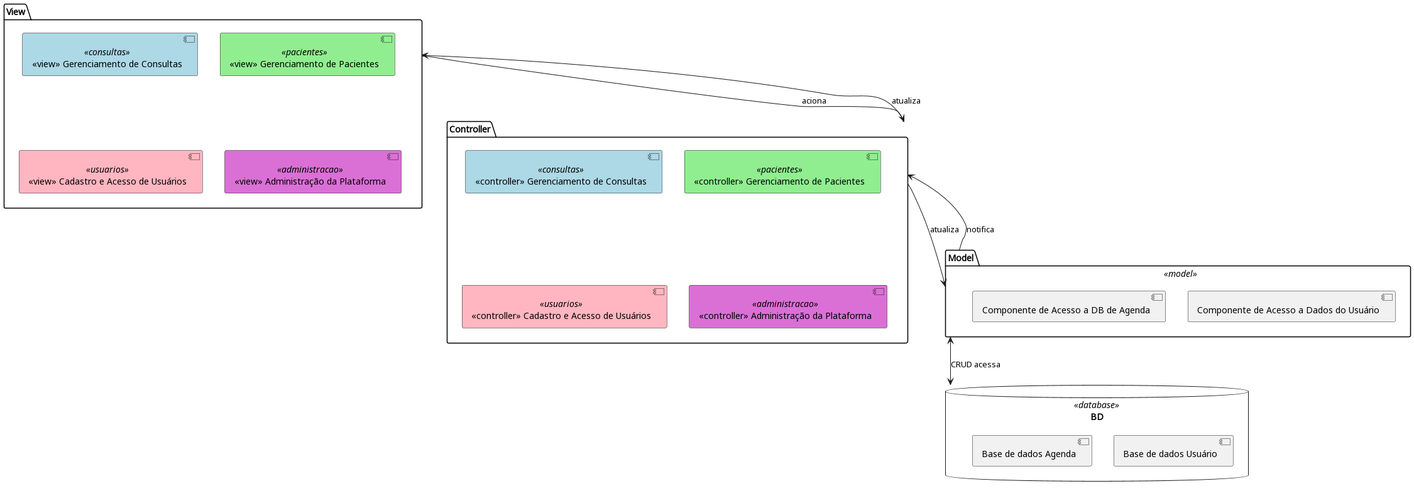
The PlantUML diagram out/componentes/mvc_diagram.png in catarinamoreiralima/apoo, before a commit. Source of this version:
```plantuml
@startuml mvc_diagram

skinparam component {
  backgroundColor<<consultas>> LightBlue
  backgroundColor<<pacientes>> LightGreen
  backgroundColor<<usuarios>> LightPink
  backgroundColor<<administracao>> Orchid
  backgroundColor<<model>> LightGray
  backgroundColor<<database>> Thistle
}

package "View" {
  [<<view>> Gerenciamento de Consultas] <<consultas>>
  [<<view>> Gerenciamento de Pacientes] <<pacientes>>
  [<<view>> Cadastro e Acesso de Usuários] <<usuarios>>
  [<<view>> Administração da Plataforma] <<administracao>>
}

package "Controller" {
  [<<controller>> Gerenciamento de Consultas] <<consultas>>
  [<<controller>> Gerenciamento de Pacientes] <<pacientes>>
  [<<controller>> Cadastro e Acesso de Usuários] <<usuarios>>
  [<<controller>> Administração da Plataforma] <<administracao>>
}

package "Model" <<model>> {
  [Componente de Acesso a Dados do Usuário]
  [Componente de Acesso a DB de Agenda]
}

database "BD" <<database>> {
  [Base de dados Usuário]
  [Base de dados Agenda]
}

View -[hidden]-> Controller
Controller -[hidden]-> Model
Model -[hidden]-> BD

View --> Controller : aciona
Controller --> View : atualiza
Controller --> Model : atualiza
Model --> Controller : notifica

Model <--> BD : CRUD acessa

@enduml
```
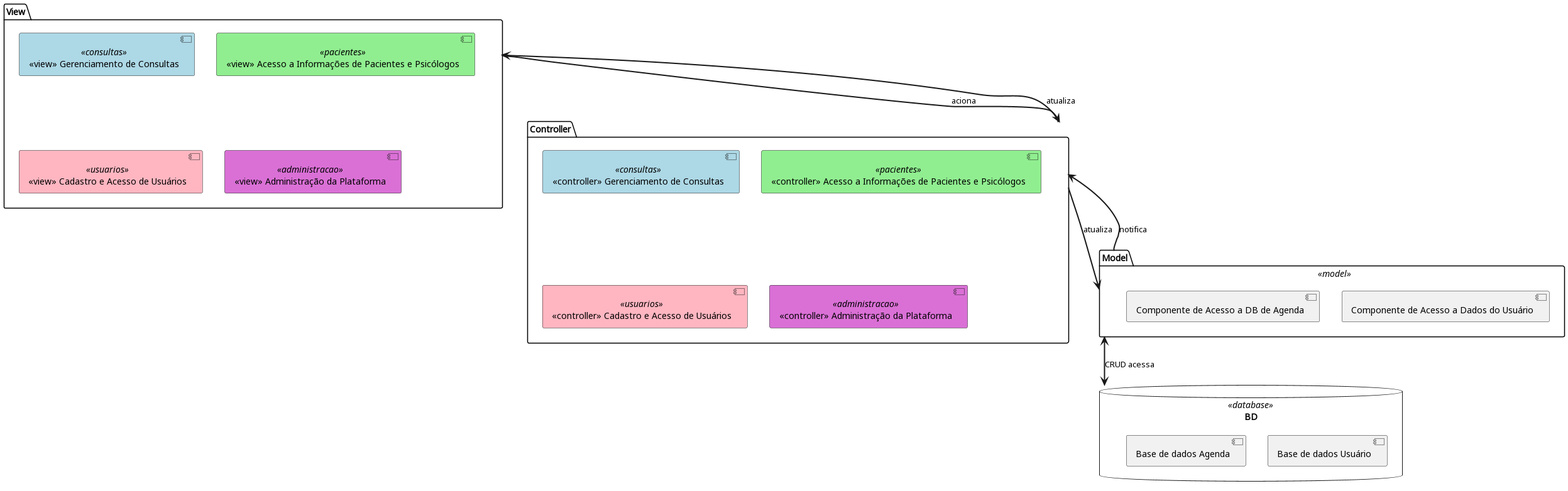
After the change.

Commit message:
diagrama sequencia marcar consulta

What changed in the source:
```diff
@@ -9,16 +9,21 @@
   backgroundColor<<database>> Thistle
 }
 
+skinparam Arrow {
+  Padding 10
+  Thickness 2
+}
+
 package "View" {
   [<<view>> Gerenciamento de Consultas] <<consultas>>
-  [<<view>> Gerenciamento de Pacientes] <<pacientes>>
+  [<<view>> Acesso a Informações de Pacientes e Psicólogos] <<pacientes>>
   [<<view>> Cadastro e Acesso de Usuários] <<usuarios>>
   [<<view>> Administração da Plataforma] <<administracao>>
 }
 
 package "Controller" {
   [<<controller>> Gerenciamento de Consultas] <<consultas>>
-  [<<controller>> Gerenciamento de Pacientes] <<pacientes>>
+  [<<controller>> Acesso a Informações de Pacientes e Psicólogos] <<pacientes>>
   [<<controller>> Cadastro e Acesso de Usuários] <<usuarios>>
   [<<controller>> Administração da Plataforma] <<administracao>>
 }
@@ -41,7 +46,6 @@
 Controller --> View : atualiza
 Controller --> Model : atualiza
 Model --> Controller : notifica
-
 Model <--> BD : CRUD acessa
 
 @enduml
```
